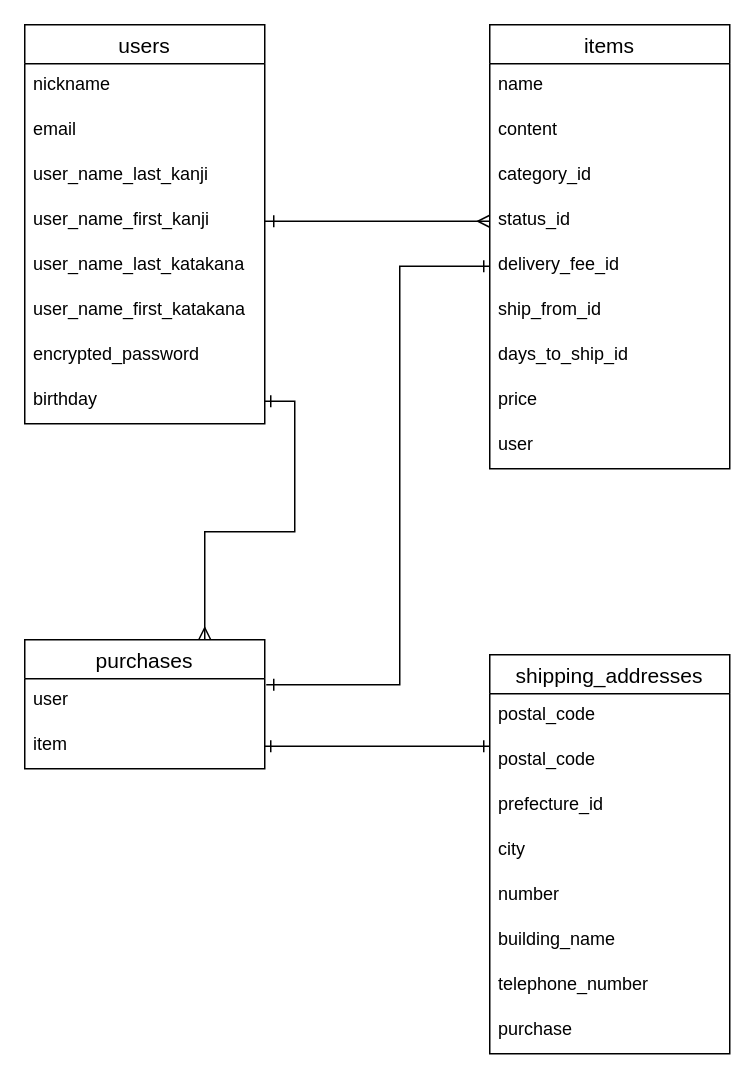
This is ERzu.dio from TAKUGOUP/furima-28660, a draw.io file, before an edit. Source tidied: cells renumbered, new cells numbered last; positions are measured from the earlier drawing's top-left corner, leaving out a move shared by most shapes. Both pictures are drawn from the tidied source at 150%, with x=0, y=0 at pixel (24, 24).
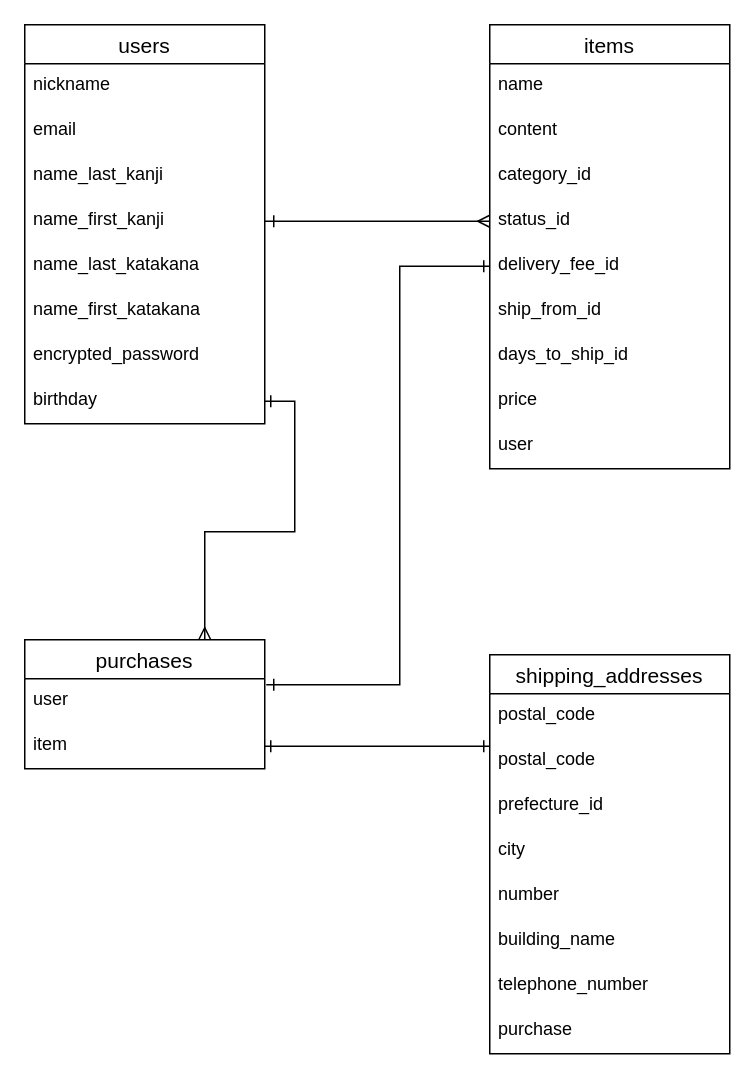
The same diagram, later.

Commit message (it also covers changes not shown here):
テーブル設計

The change refers to these unchanged cells:
```xml
<mxCell id="12" value="users" style="swimlane;fontStyle=0;horizontal=1;startSize=26;align=center;fontSize=14;" parent="1" vertex="1">
  <mxGeometry width="160" height="266" as="geometry" />
</mxCell>
```

Diff of the diagram source:
```diff
@@
-    <mxCell id="15" value="user_name_last_kanji" style="text;strokeColor=none;fillColor=none;spacingLeft=4;spacingRight=4;overflow=hidden;fontSize=12;" parent="12" vertex="1">
+    <mxCell id="15" value="name_last_kanji" style="text;strokeColor=none;fillColor=none;spacingLeft=4;spacingRight=4;overflow=hidden;fontSize=12;" parent="12" vertex="1">
       <mxGeometry y="86" width="160" height="30" as="geometry" />
     </mxCell>
-    <mxCell id="16" value="user_name_first_kanji" style="text;strokeColor=none;fillColor=none;spacingLeft=4;spacingRight=4;overflow=hidden;fontSize=12;" parent="12" vertex="1">
+    <mxCell id="16" value="name_first_kanji" style="text;strokeColor=none;fillColor=none;spacingLeft=4;spacingRight=4;overflow=hidden;fontSize=12;" parent="12" vertex="1">
       <mxGeometry y="116" width="160" height="30" as="geometry" />
     </mxCell>
-    <mxCell id="17" value="user_name_last_katakana" style="text;strokeColor=none;fillColor=none;spacingLeft=4;spacingRight=4;overflow=hidden;fontSize=12;" parent="12" vertex="1">
+    <mxCell id="17" value="name_last_katakana" style="text;strokeColor=none;fillColor=none;spacingLeft=4;spacingRight=4;overflow=hidden;fontSize=12;" parent="12" vertex="1">
       <mxGeometry y="146" width="160" height="30" as="geometry" />
     </mxCell>
-    <mxCell id="18" value="user_name_first_katakana" style="text;strokeColor=none;fillColor=none;spacingLeft=4;spacingRight=4;overflow=hidden;fontSize=12;" parent="12" vertex="1">
+    <mxCell id="18" value="name_first_katakana" style="text;strokeColor=none;fillColor=none;spacingLeft=4;spacingRight=4;overflow=hidden;fontSize=12;" parent="12" vertex="1">
       <mxGeometry y="176" width="160" height="30" as="geometry" />
     </mxCell>
```
